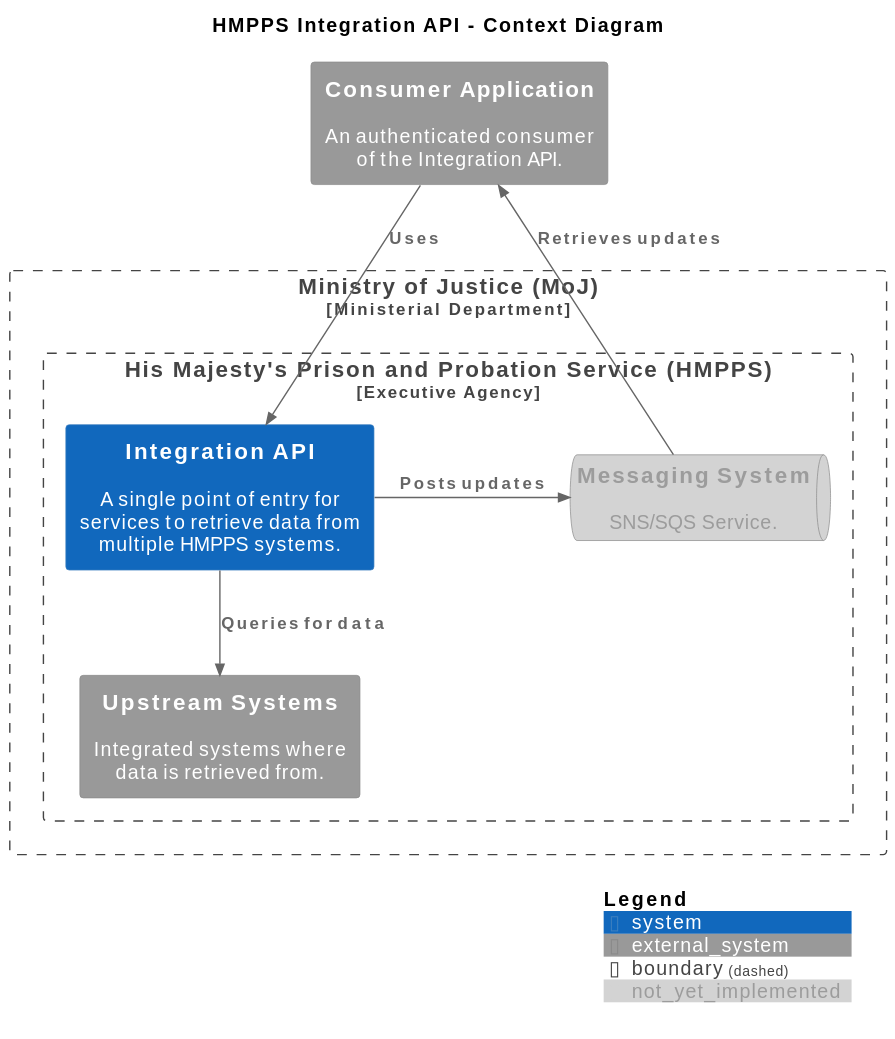
Above: docs/diagrams/context.svg in ministryofjustice/hmpps-integration-api (PlantUML), before the change. Its diagram source:
```plantuml
@startuml
!include https://raw.githubusercontent.com/plantuml-stdlib/C4-PlantUML/master/C4_Context.puml

skinparam linetype polyline

title HMPPS Integration API - Context Diagram

AddElementTag("not_yet_implemented", $bgColor="#D3D3D3", $fontColor="#9C9C9C")

System_Ext(consumer, "Consumer Application", "An authenticated consumer of the Integration API.")

Boundary(moj, "Ministry of Justice (MoJ)", "Ministerial Department") {
  Boundary(hmpps, "His Majesty's Prison and Probation Service (HMPPS)", "Executive Agency") {
    System(hmpps_integration_api, "Integration API", "A single point of entry for services to retrieve data from multiple HMPPS systems.")

    SystemQueue_Ext(messaging, "Messaging System", "SNS/SQS Service.",$tags="not_yet_implemented")

    System_Ext(upstream, "Upstream Systems", "Integrated systems where data is retrieved from.")
  }
}

Rel_Down(consumer, hmpps_integration_api, "Uses")
Rel_Right(hmpps_integration_api, messaging, "Posts updates")
Rel_Up(messaging, consumer, "Retrieves updates")
Rel(hmpps_integration_api, upstream, "Queries for data")

SHOW_DYNAMIC_LEGEND()
@enduml
```
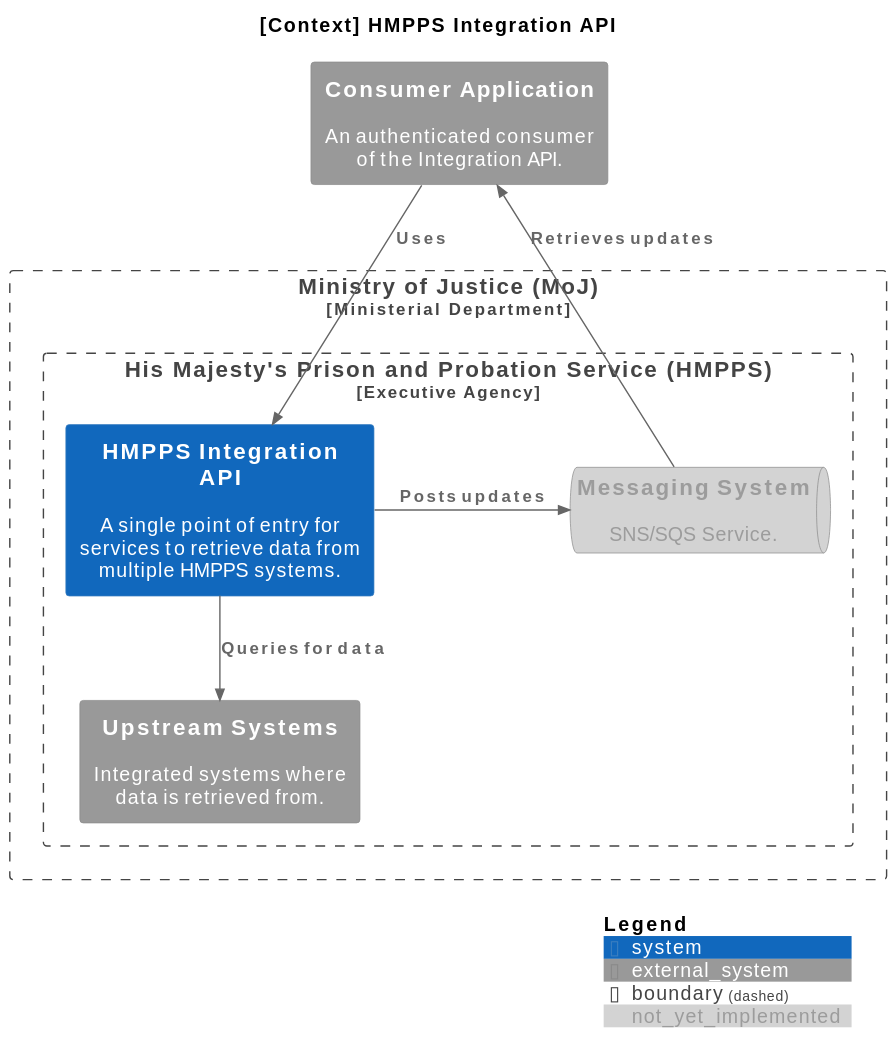
After the commit.

Commit message:
Exported .PUML PlantUML diagrams to .SVG

Change to the diagram source:
```diff
@@ -3,7 +3,7 @@
 
 skinparam linetype polyline
 
-title HMPPS Integration API - Context Diagram
+title [Context] HMPPS Integration API
 
 AddElementTag("not_yet_implemented", $bgColor="#D3D3D3", $fontColor="#9C9C9C")
 
@@ -11,7 +11,7 @@
 
 Boundary(moj, "Ministry of Justice (MoJ)", "Ministerial Department") {
   Boundary(hmpps, "His Majesty's Prison and Probation Service (HMPPS)", "Executive Agency") {
-    System(hmpps_integration_api, "Integration API", "A single point of entry for services to retrieve data from multiple HMPPS systems.")
+    System(hmpps_integration_api, "HMPPS Integration API", "A single point of entry for services to retrieve data from multiple HMPPS systems.")
 
     SystemQueue_Ext(messaging, "Messaging System", "SNS/SQS Service.",$tags="not_yet_implemented")
 
```
